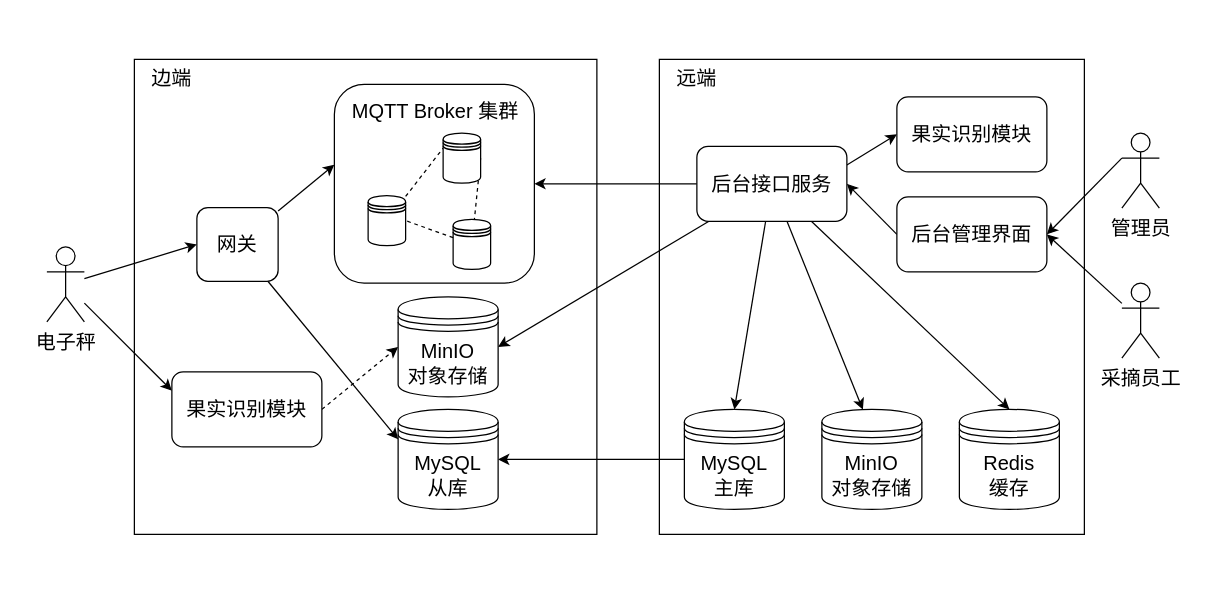
Above: design/软件部署架构图.dio in akynazh/aws (draw.io), before the change. Source tidied: cells renumbered, new cells numbered last; positions are measured from the earlier drawing's top-left corner, leaving out a move shared by most shapes. Both pictures are drawn from the tidied source at 125%, with x=0, y=0 at pixel (46, 59).
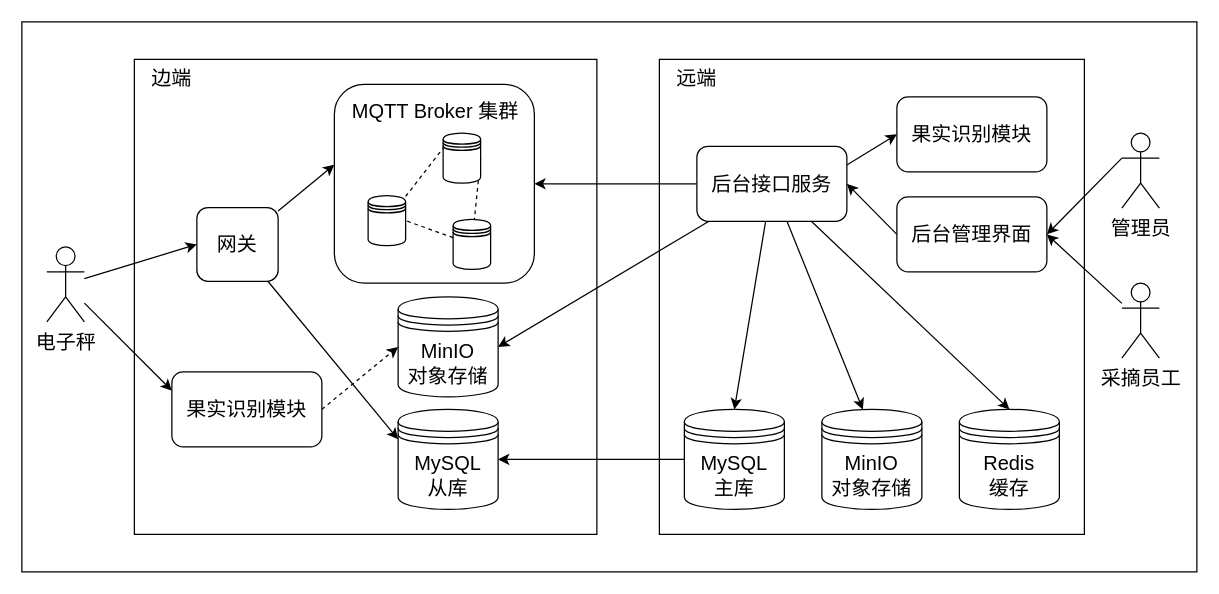
After the change.

What changed in the source:
```diff
@@
+    <mxCell id="42" style="rounded=0;whiteSpace=wrap;html=1;" parent="1" vertex="1">
+      <mxGeometry x="-20" y="-30" width="940" height="440" as="geometry" />
+    </mxCell>
```
